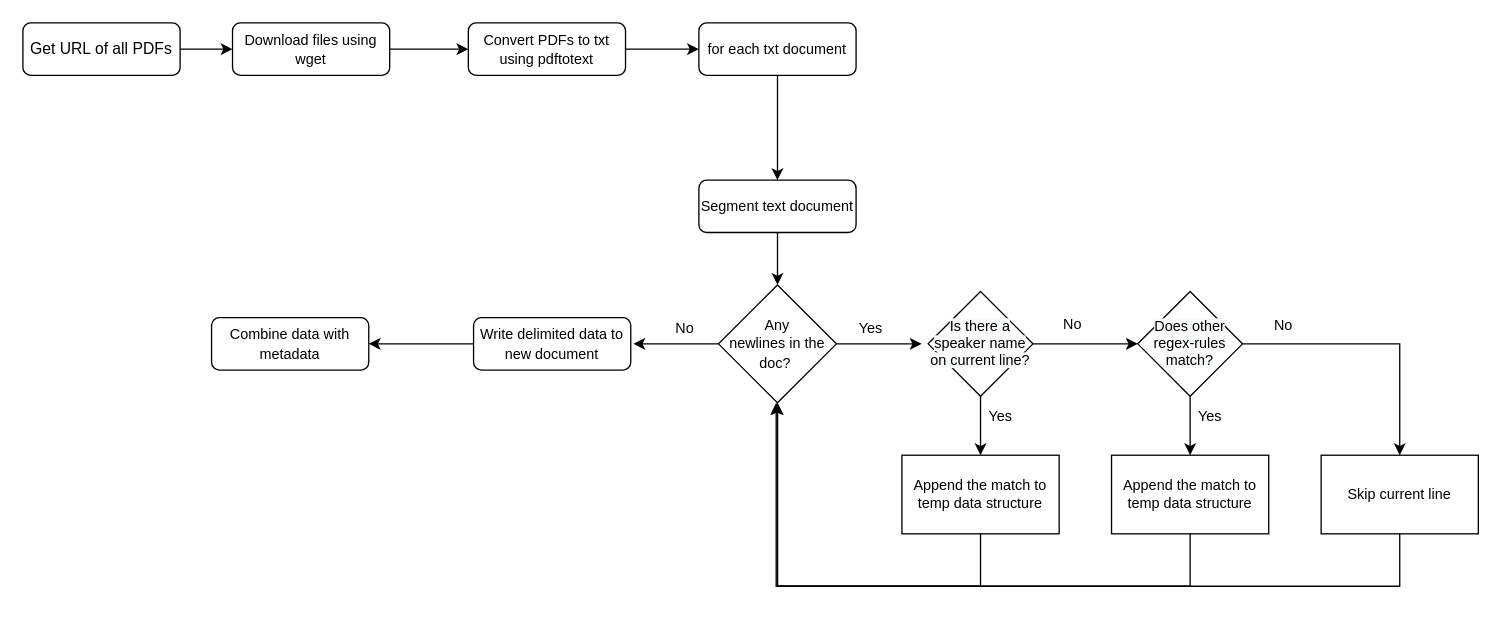
This is figures/Scraping.drawio from mortgad/bachelor_2021, a draw.io file, before an edit. Source tidied: cells renumbered, new cells numbered last; positions are measured from the earlier drawing's top-left corner, leaving out a move shared by most shapes. Both pictures are drawn from the tidied source at 131%, with x=0, y=0 at pixel (22, 22).
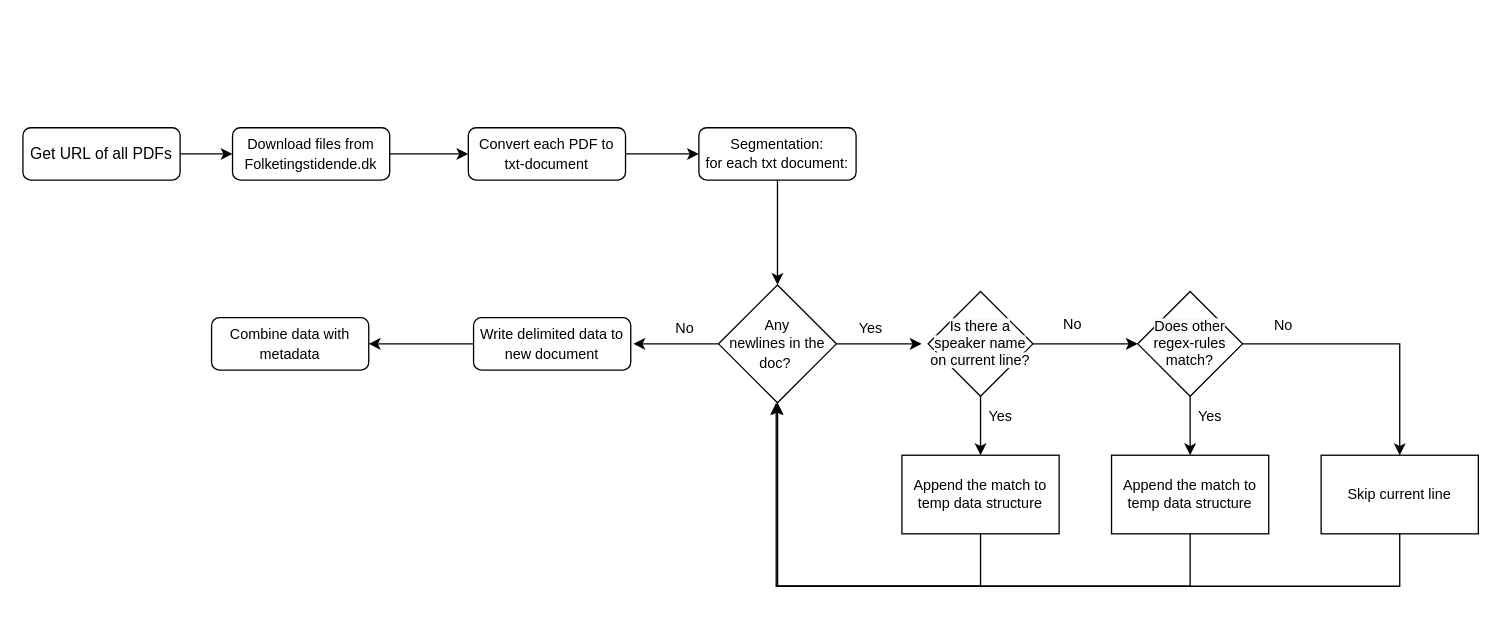
After the change.

Unchanged cells that the change refers to:
```xml
<mxCell id="12" value="&lt;font style=&quot;font-size: 11px&quot;&gt;Any&lt;br&gt;newlines in the doc?&amp;nbsp;&lt;/font&gt;" style="rhombus;whiteSpace=wrap;html=1;" parent="1" vertex="1">
  <mxGeometry x="531" y="200" width="90" height="90" as="geometry" />
</mxCell>
```

The edit, as a diff of the source:
```diff
@@
     <mxCell id="2" style="edgeStyle=orthogonalEdgeStyle;rounded=0;jettySize=auto;html=1;" parent="1" edge="1" source="3">
       <mxGeometry relative="1" as="geometry">
-        <mxPoint x="160" y="20" as="targetPoint" />
+        <mxPoint x="160" y="100" as="targetPoint" />
       </mxGeometry>
     </mxCell>
     <mxCell id="3" value="Get URL of all PDFs" style="rounded=1;whiteSpace=wrap;html=1;fontSize=12;glass=0;strokeWidth=1;shadow=0;" parent="1" vertex="1">
-      <mxGeometry width="120" height="40" as="geometry" />
+      <mxGeometry y="80" width="120" height="40" as="geometry" />
     </mxCell>
     <mxCell id="4" style="edgeStyle=orthogonalEdgeStyle;rounded=0;jettySize=auto;html=1;" parent="1" edge="1" source="5">
       <mxGeometry relative="1" as="geometry">
-        <mxPoint x="340" y="20" as="targetPoint" />
+        <mxPoint x="340" y="100" as="targetPoint" />
       </mxGeometry>
     </mxCell>
-    <mxCell id="5" value="&lt;font style=&quot;font-size: 11px&quot;&gt;Download files using wget&lt;/font&gt;" style="whiteSpace=wrap;html=1;rounded=1;shadow=0;strokeWidth=1;glass=0;" parent="1" vertex="1">
-      <mxGeometry x="160" width="120" height="40" as="geometry" />
+    <mxCell id="5" value="&lt;font style=&quot;font-size: 11px&quot;&gt;Download files from Folketingstidende.dk&lt;/font&gt;" style="whiteSpace=wrap;html=1;rounded=1;shadow=0;strokeWidth=1;glass=0;" parent="1" vertex="1">
+      <mxGeometry x="160" y="80" width="120" height="40" as="geometry" />
     </mxCell>
@@
-    <mxCell id="7" value="&lt;font style=&quot;font-size: 11px&quot;&gt;Convert PDFs to txt using pdftotext&lt;/font&gt;" style="whiteSpace=wrap;html=1;rounded=1;shadow=0;strokeWidth=1;glass=0;" parent="1" vertex="1">
-      <mxGeometry x="340" width="120" height="40" as="geometry" />
+    <mxCell id="7" value="&lt;font style=&quot;font-size: 11px&quot;&gt;Convert each PDF to txt-document&lt;/font&gt;" style="whiteSpace=wrap;html=1;rounded=1;shadow=0;strokeWidth=1;glass=0;" parent="1" vertex="1">
+      <mxGeometry x="340" y="80" width="120" height="40" as="geometry" />
     </mxCell>
-    <mxCell id="8" style="edgeStyle=orthogonalEdgeStyle;rounded=0;jettySize=auto;html=1;fontSize=11;" parent="1" edge="1" source="9" target="12">
+    <mxCell id="8" style="edgeStyle=orthogonalEdgeStyle;rounded=0;jettySize=auto;html=1;fontSize=11;exitX=0.5;exitY=1;exitDx=0;exitDy=0;" parent="1" edge="1" source="35" target="12">
       <mxGeometry relative="1" as="geometry" />
     </mxCell>
-    <mxCell id="9" value="&lt;font style=&quot;font-size: 11px&quot;&gt;Segment text document&lt;/font&gt;" style="whiteSpace=wrap;html=1;rounded=1;shadow=0;strokeWidth=1;glass=0;" parent="1" vertex="1">
-      <mxGeometry x="516" y="120" width="120" height="40" as="geometry" />
-    </mxCell>
@@
-    <mxCell id="34" style="edgeStyle=orthogonalEdgeStyle;rounded=0;jettySize=auto;html=1;fontSize=11;" parent="1" edge="1" source="35" target="9">
-      <mxGeometry relative="1" as="geometry" />
-    </mxCell>
-    <mxCell id="35" value="for each txt document" style="rounded=1;whiteSpace=wrap;html=1;fontSize=11;" parent="1" vertex="1">
-      <mxGeometry x="516" width="120" height="40" as="geometry" />
+    <mxCell id="35" value="Segmentation:&lt;br&gt;for each txt document:" style="rounded=1;whiteSpace=wrap;html=1;fontSize=11;" parent="1" vertex="1">
+      <mxGeometry x="516" y="80" width="120" height="40" as="geometry" />
     </mxCell>
```
